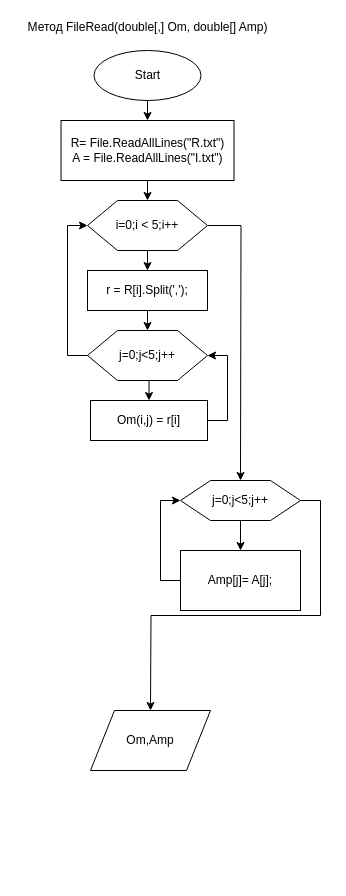
Earlier version of the draw.io diagram page "Page-2" (2 of 4) of Untitled Diagram.drawio (vvpykhtin/doublefact_meth). Source tidied: cells renumbered, new cells numbered last; positions are measured from the earlier drawing's top-left corner, leaving out a move shared by most shapes. Both pictures are drawn from the tidied source at 100%, with x=0, y=0 at pixel (17, 17).
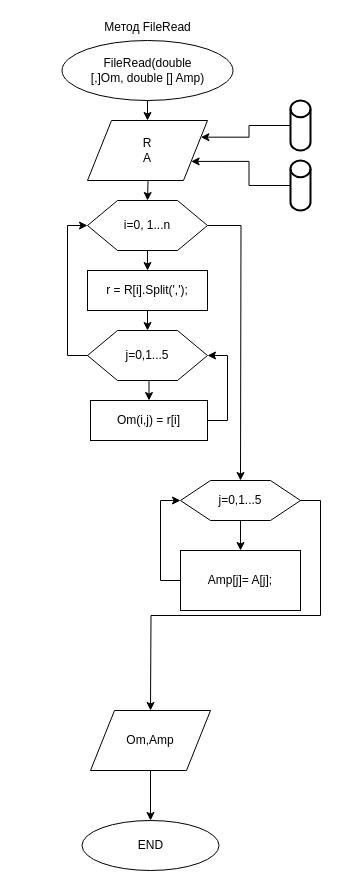
The same page after the edit.

The change refers to these unchanged cells:
```xml
<mxCell id="22" value="Om,Amp" style="shape=parallelogram;perimeter=parallelogramPerimeter;whiteSpace=wrap;html=1;" parent="1" vertex="1">
  <mxGeometry x="73" y="693" width="120" height="60" as="geometry" />
</mxCell>
```

What changed in the source:
```diff
@@
-    <mxCell id="2" value="Метод FileRead(double[,] Om, double[] Amp)" style="text;html=1;align=center;verticalAlign=middle;" parent="1" vertex="1">
-      <mxGeometry width="260" height="20" as="geometry" />
+    <mxCell id="2" value="Метод FileRead" style="text;html=1;align=center;verticalAlign=middle;" parent="1" vertex="1">
+      <mxGeometry x="80" width="100" height="20" as="geometry" />
     </mxCell>
-    <mxCell id="3" style="edgeStyle=orthogonalEdgeStyle;rounded=0;jettySize=auto;html=1;exitX=0.5;exitY=1;exitDx=0;exitDy=0;entryX=0.5;entryY=0;entryDx=0;entryDy=0;" parent="1" edge="1" source="4" target="6">
-      <mxGeometry relative="1" as="geometry" />
+    <mxCell id="3" style="edgeStyle=orthogonalEdgeStyle;rounded=0;jettySize=auto;html=1;exitX=0.5;exitY=1;exitDx=0;exitDy=0;entryX=0.5;entryY=0;entryDx=0;entryDy=0;" parent="1" edge="1" source="4">
+      <mxGeometry relative="1" as="geometry">
+        <mxPoint x="130" y="103" as="targetPoint" />
+      </mxGeometry>
     </mxCell>
-    <mxCell id="4" value="Start" style="ellipse;whiteSpace=wrap;html=1;" parent="1" vertex="1">
-      <mxGeometry x="76.5" y="33" width="107" height="50" as="geometry" />
+    <mxCell id="4" value="FileRead(double&lt;br&gt;[,]Om, double [] Amp)" style="ellipse;whiteSpace=wrap;html=1;" parent="1" vertex="1">
+      <mxGeometry x="44.5" y="23" width="171" height="60" as="geometry" />
     </mxCell>
-    <mxCell id="5" style="edgeStyle=orthogonalEdgeStyle;rounded=0;jettySize=auto;html=1;exitX=0.5;exitY=1;exitDx=0;exitDy=0;entryX=0.5;entryY=0;entryDx=0;entryDy=0;" parent="1" edge="1" source="6" target="9">
-      <mxGeometry relative="1" as="geometry" />
+    <mxCell id="5" style="edgeStyle=orthogonalEdgeStyle;rounded=0;jettySize=auto;html=1;exitX=0.5;exitY=1;exitDx=0;exitDy=0;entryX=0.5;entryY=0;entryDx=0;entryDy=0;" parent="1" edge="1" target="9">
+      <mxGeometry relative="1" as="geometry">
+        <mxPoint x="130" y="143" as="sourcePoint" />
+      </mxGeometry>
     </mxCell>
-    <mxCell id="6" value="R= File.ReadAllLines(&quot;R.txt&quot;)&lt;br&gt;A = File.ReadAllLines(&quot;I.txt&quot;)" style="rounded=0;whiteSpace=wrap;html=1;" parent="1" vertex="1">
-      <mxGeometry x="43.5" y="103" width="173" height="60" as="geometry" />
-    </mxCell>
@@
-    <mxCell id="9" value="i=0;i &amp;lt; 5;i++" style="shape=hexagon;perimeter=hexagonPerimeter2;whiteSpace=wrap;html=1;" parent="1" vertex="1">
+    <mxCell id="9" value="i=0, 1...n" style="shape=hexagon;perimeter=hexagonPerimeter2;whiteSpace=wrap;html=1;" parent="1" vertex="1">
       <mxGeometry x="70" y="183" width="120" height="50" as="geometry" />
     </mxCell>
@@
-    <mxCell id="14" value="j=0;j&amp;lt;5;j++" style="shape=hexagon;perimeter=hexagonPerimeter2;whiteSpace=wrap;html=1;" parent="1" vertex="1">
+    <mxCell id="14" value="j=0,1...5" style="shape=hexagon;perimeter=hexagonPerimeter2;whiteSpace=wrap;html=1;" parent="1" vertex="1">
       <mxGeometry x="70" y="313" width="120" height="50" as="geometry" />
     </mxCell>
@@
-    <mxCell id="19" value="j=0;j&amp;lt;5;j++" style="shape=hexagon;perimeter=hexagonPerimeter2;whiteSpace=wrap;html=1;" parent="1" vertex="1">
+    <mxCell id="19" value="j=0,1...5" style="shape=hexagon;perimeter=hexagonPerimeter2;whiteSpace=wrap;html=1;" parent="1" vertex="1">
       <mxGeometry x="163" y="463" width="120" height="40" as="geometry" />
     </mxCell>
@@
+    <mxCell id="23" style="edgeStyle=orthogonalEdgeStyle;rounded=0;jettySize=auto;html=1;exitX=0.5;exitY=1;exitDx=0;exitDy=0;" parent="1" edge="1" source="22" target="24">
+      <mxGeometry relative="1" as="geometry" />
+    </mxCell>
@@
+    <mxCell id="24" value="END" style="ellipse;whiteSpace=wrap;html=1;" parent="1" vertex="1">
+      <mxGeometry x="64.5" y="803" width="137" height="50" as="geometry" />
+    </mxCell>
+    <mxCell id="25" style="edgeStyle=orthogonalEdgeStyle;rounded=0;orthogonalLoop=1;jettySize=auto;html=1;exitX=0.5;exitY=1;exitDx=0;exitDy=0;" parent="1" edge="1" source="24" target="24">
+      <mxGeometry relative="1" as="geometry" />
+    </mxCell>
+    <mxCell id="26" value="R&lt;br&gt;A" style="shape=parallelogram;perimeter=parallelogramPerimeter;whiteSpace=wrap;html=1;" parent="1" vertex="1">
+      <mxGeometry x="70" y="103" width="120" height="60" as="geometry" />
+    </mxCell>
+    <mxCell id="27" style="edgeStyle=orthogonalEdgeStyle;rounded=0;jettySize=auto;html=1;exitX=0;exitY=0.5;exitDx=0;exitDy=0;exitPerimeter=0;entryX=1;entryY=0.25;entryDx=0;entryDy=0;" parent="1" edge="1" source="28" target="26">
+      <mxGeometry relative="1" as="geometry" />
+    </mxCell>
+    <mxCell id="28" style="strokeWidth=2;html=1;shape=mxgraph.flowchart.database;whiteSpace=wrap;" parent="1" vertex="1">
+      <mxGeometry x="273" y="83" width="20" height="50" as="geometry" />
+    </mxCell>
+    <mxCell id="29" style="edgeStyle=orthogonalEdgeStyle;rounded=0;jettySize=auto;html=1;exitX=0;exitY=0.5;exitDx=0;exitDy=0;exitPerimeter=0;entryX=1;entryY=0.75;entryDx=0;entryDy=0;" parent="1" edge="1" source="30" target="26">
+      <mxGeometry relative="1" as="geometry" />
+    </mxCell>
+    <mxCell id="30" style="strokeWidth=2;html=1;shape=mxgraph.flowchart.database;whiteSpace=wrap;" parent="1" vertex="1">
+      <mxGeometry x="273" y="143" width="20" height="50" as="geometry" />
+    </mxCell>
```
